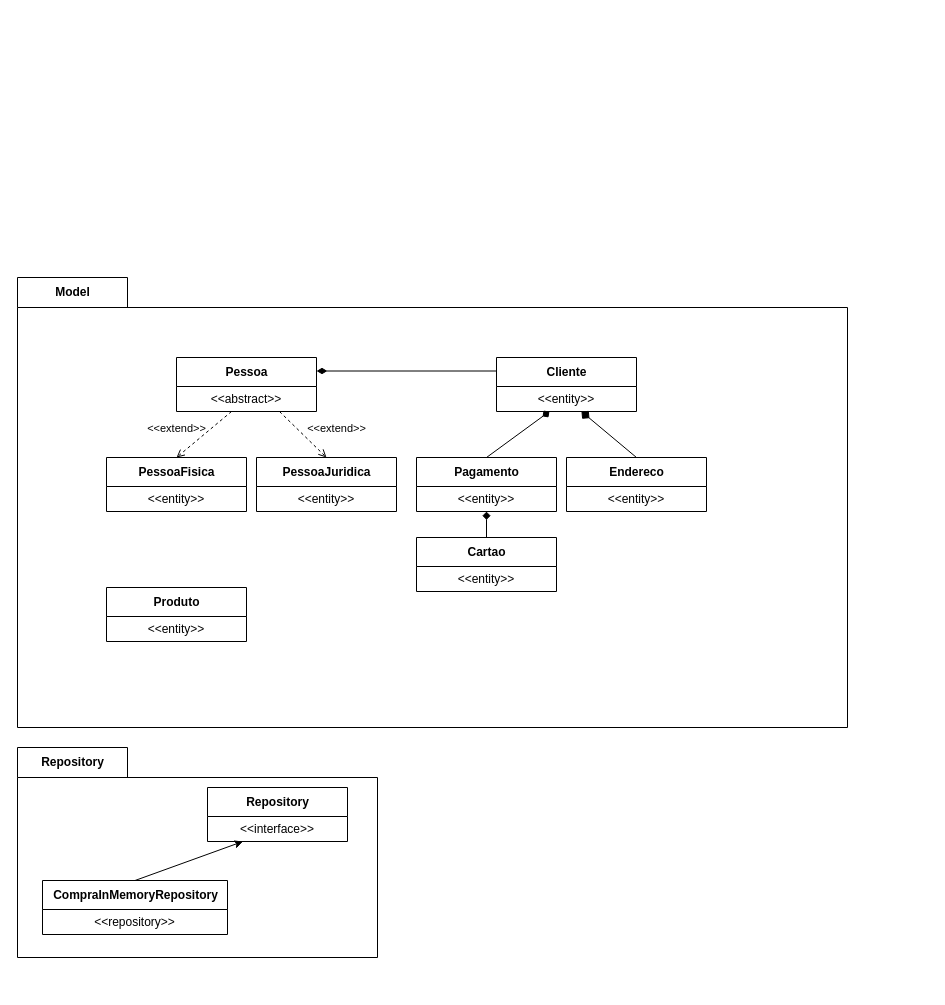
Before: docs/assets/UML-pacotes.drawio in ospgab/LC_ProjetoFinal2, a draw.io diagram. Source tidied: cells renumbered, new cells numbered last; positions are measured from the earlier drawing's top-left corner, leaving out a move shared by most shapes. Both pictures are drawn from the tidied source at 100%, with x=0, y=0 at pixel (17, 277).
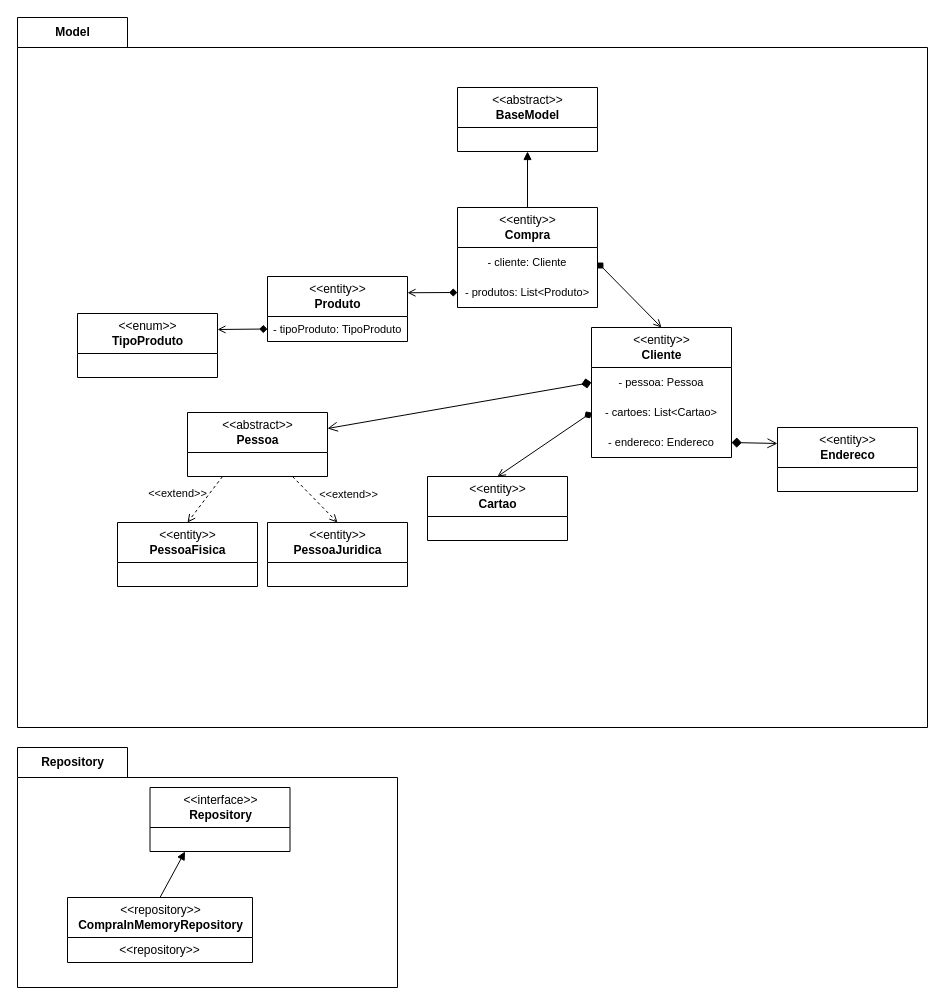
The same diagram, later.

Change to the diagram source:
```diff
@@
     <mxCell id="2" value="Repository" style="shape=folder;fontStyle=1;tabWidth=110;tabHeight=30;tabPosition=left;html=1;boundedLbl=1;labelInHeader=1;" parent="1" vertex="1">
-      <mxGeometry y="470" width="360" height="210" as="geometry" />
+      <mxGeometry y="470" width="380" height="240" as="geometry" />
     </mxCell>
-    <mxCell id="3" value="Repository" style="swimlane;fontStyle=1;align=center;verticalAlign=middle;horizontal=1;startSize=29;html=1;" parent="2" vertex="1">
-      <mxGeometry x="190" y="40" width="140" height="54" as="geometry" />
+    <mxCell id="3" value="&lt;span style=&quot;font-weight: 400&quot;&gt;&amp;lt;&amp;lt;interface&amp;gt;&amp;gt;&lt;/span&gt;&lt;br&gt;Repository" style="swimlane;fontStyle=1;align=center;verticalAlign=middle;horizontal=1;startSize=40;html=1;" parent="2" vertex="1">
+      <mxGeometry x="132.5" y="40" width="140" height="64" as="geometry" />
     </mxCell>
-    <mxCell id="4" value="&amp;lt;&amp;lt;interface&amp;gt;&amp;gt;" style="text;html=1;strokeColor=none;fillColor=none;align=center;verticalAlign=middle;spacingLeft=4;spacingRight=4;overflow=hidden;points=[[0,0.5],[1,0.5]];portConstraint=eastwest;" parent="3" vertex="1">
-      <mxGeometry y="29" width="140" height="25" as="geometry" />
-    </mxCell>
-    <mxCell id="5" style="edgeStyle=none;rounded=0;jettySize=auto;html=1;exitX=0.5;exitY=0;exitDx=0;exitDy=0;" parent="2" edge="1" source="6" target="4">
+    <mxCell id="5" style="edgeStyle=none;rounded=0;jettySize=auto;html=1;exitX=0.5;exitY=0;exitDx=0;exitDy=0;entryX=0.25;entryY=1;entryDx=0;entryDy=0;endArrow=block;endFill=1;" parent="2" edge="1" source="6" target="3">
       <mxGeometry relative="1" as="geometry" />
     </mxCell>
-    <mxCell id="6" value="CompraInMemoryRepository" style="swimlane;fontStyle=1;align=center;verticalAlign=middle;horizontal=1;startSize=29;html=1;" parent="2" vertex="1">
-      <mxGeometry x="25" y="133" width="185" height="54" as="geometry" />
+    <mxCell id="6" value="&lt;span style=&quot;font-weight: 400&quot;&gt;&amp;lt;&amp;lt;repository&amp;gt;&amp;gt;&lt;/span&gt;&lt;br&gt;CompraInMemoryRepository" style="swimlane;fontStyle=1;align=center;verticalAlign=middle;horizontal=1;startSize=40;html=1;" parent="2" vertex="1">
+      <mxGeometry x="50" y="150" width="185" height="65" as="geometry" />
     </mxCell>
     <mxCell id="7" value="&amp;lt;&amp;lt;repository&amp;gt;&amp;gt;" style="text;html=1;strokeColor=none;fillColor=none;align=center;verticalAlign=middle;spacingLeft=4;spacingRight=4;overflow=hidden;" parent="6" vertex="1">
-      <mxGeometry y="29" width="185" height="25" as="geometry" />
+      <mxGeometry y="40" width="185" height="25" as="geometry" />
     </mxCell>
@@
     <mxCell id="9" value="Model" style="shape=folder;fontStyle=1;tabWidth=110;tabHeight=30;tabPosition=left;html=1;boundedLbl=1;labelInHeader=1;" parent="1" vertex="1">
-      <mxGeometry width="830" height="450" as="geometry" />
+      <mxGeometry y="-260" width="910" height="710" as="geometry" />
     </mxCell>
-    <mxCell id="10" value="Pessoa" style="swimlane;fontStyle=1;align=center;verticalAlign=middle;horizontal=1;startSize=29;html=1;" parent="9" vertex="1">
-      <mxGeometry x="159" y="80" width="140" height="54" as="geometry" />
+    <mxCell id="10" value="&lt;span style=&quot;font-weight: 400&quot;&gt;&amp;lt;&amp;lt;abstract&amp;gt;&amp;gt;&lt;/span&gt;&lt;br&gt;Pessoa" style="swimlane;fontStyle=1;align=center;verticalAlign=middle;horizontal=1;startSize=40;html=1;" parent="9" vertex="1">
+      <mxGeometry x="170" y="395" width="140" height="64" as="geometry" />
     </mxCell>
-    <mxCell id="11" value="&amp;lt;&amp;lt;abstract&amp;gt;&amp;gt;" style="text;html=1;strokeColor=none;fillColor=none;align=center;verticalAlign=middle;spacingLeft=4;spacingRight=4;overflow=hidden;points=[[0,0.5],[1,0.5]];portConstraint=eastwest;" parent="10" vertex="1">
-      <mxGeometry y="29" width="140" height="25" as="geometry" />
-    </mxCell>
-    <mxCell id="12" value="PessoaFisica" style="swimlane;fontStyle=1;align=center;verticalAlign=middle;horizontal=1;startSize=29;html=1;" parent="9" vertex="1">
-      <mxGeometry x="89" y="180" width="140" height="54" as="geometry" />
+    <mxCell id="12" value="&lt;span style=&quot;font-weight: 400&quot;&gt;&amp;lt;&amp;lt;entity&amp;gt;&amp;gt;&lt;/span&gt;&lt;br&gt;PessoaFisica" style="swimlane;fontStyle=1;align=center;verticalAlign=middle;horizontal=1;startSize=40;html=1;" parent="9" vertex="1">
+      <mxGeometry x="100" y="505" width="140" height="64" as="geometry" />
     </mxCell>
-    <mxCell id="13" value="&amp;lt;&amp;lt;entity&amp;gt;&amp;gt;" style="text;html=1;strokeColor=none;fillColor=none;align=center;verticalAlign=middle;spacingLeft=4;spacingRight=4;overflow=hidden;" parent="12" vertex="1">
-      <mxGeometry y="29" width="140" height="25" as="geometry" />
-    </mxCell>
-    <mxCell id="14" value="PessoaJuridica" style="swimlane;fontStyle=1;align=center;verticalAlign=middle;horizontal=1;startSize=29;html=1;" parent="9" vertex="1">
-      <mxGeometry x="239" y="180" width="140" height="54" as="geometry" />
+    <mxCell id="14" value="&lt;span style=&quot;font-weight: 400&quot;&gt;&amp;lt;&amp;lt;entity&amp;gt;&amp;gt;&lt;/span&gt;&lt;br&gt;PessoaJuridica" style="swimlane;fontStyle=1;align=center;verticalAlign=middle;horizontal=1;startSize=40;html=1;" parent="9" vertex="1">
+      <mxGeometry x="250" y="505" width="140" height="64" as="geometry" />
     </mxCell>
-    <mxCell id="15" value="&amp;lt;&amp;lt;entity&amp;gt;&amp;gt;" style="text;html=1;strokeColor=none;fillColor=none;align=center;verticalAlign=middle;spacingLeft=4;spacingRight=4;overflow=hidden;" parent="14" vertex="1">
-      <mxGeometry y="29" width="140" height="25" as="geometry" />
-    </mxCell>
-    <mxCell id="16" style="edgeStyle=none;rounded=0;jettySize=auto;html=1;startArrow=none;startFill=0;endArrow=diamond;endFill=1;" parent="9" edge="1" source="17" target="21">
-      <mxGeometry relative="1" as="geometry" />
-    </mxCell>
-    <mxCell id="17" value="Cartao" style="swimlane;fontStyle=1;align=center;verticalAlign=middle;horizontal=1;startSize=29;html=1;" parent="9" vertex="1">
-      <mxGeometry x="399" y="260" width="140" height="54" as="geometry" />
+    <mxCell id="17" value="&lt;span style=&quot;font-weight: 400&quot;&gt;&amp;lt;&amp;lt;entity&amp;gt;&amp;gt;&lt;/span&gt;&lt;br&gt;Cartao" style="swimlane;fontStyle=1;align=center;verticalAlign=middle;horizontal=1;startSize=40;html=1;" parent="9" vertex="1">
+      <mxGeometry x="410" y="459" width="140" height="64" as="geometry" />
     </mxCell>
-    <mxCell id="18" value="&amp;lt;&amp;lt;entity&amp;gt;&amp;gt;" style="text;html=1;strokeColor=none;fillColor=none;align=center;verticalAlign=middle;spacingLeft=4;spacingRight=4;overflow=hidden;" parent="17" vertex="1">
-      <mxGeometry y="29" width="140" height="25" as="geometry" />
-    </mxCell>
-    <mxCell id="19" style="rounded=0;jettySize=auto;html=1;exitX=0.5;exitY=0;exitDx=0;exitDy=0;endArrow=diamond;endFill=1;" parent="9" edge="1" source="20" target="25">
+    <mxCell id="19" style="rounded=0;jettySize=auto;html=1;exitX=0.5;exitY=0;exitDx=0;exitDy=0;endArrow=diamond;endFill=1;entryX=0;entryY=0.5;entryDx=0;entryDy=0;startArrow=open;startFill=0;" parent="9" edge="1" source="17" target="34">
       <mxGeometry relative="1" as="geometry" />
     </mxCell>
-    <mxCell id="20" value="Pagamento" style="swimlane;fontStyle=1;align=center;verticalAlign=middle;horizontal=1;startSize=29;html=1;" parent="9" vertex="1">
-      <mxGeometry x="399" y="180" width="140" height="54" as="geometry" />
-    </mxCell>
-    <mxCell id="21" value="&amp;lt;&amp;lt;entity&amp;gt;&amp;gt;" style="text;html=1;strokeColor=none;fillColor=none;align=center;verticalAlign=middle;spacingLeft=4;spacingRight=4;overflow=hidden;points=[[0,0.5],[1,0.5]];portConstraint=eastwest;" parent="20" vertex="1">
-      <mxGeometry y="29" width="140" height="25" as="geometry" />
-    </mxCell>
-    <mxCell id="22" value="Endereco" style="swimlane;fontStyle=1;align=center;verticalAlign=middle;horizontal=1;startSize=29;html=1;" parent="9" vertex="1">
-      <mxGeometry x="549" y="180" width="140" height="54" as="geometry" />
+    <mxCell id="22" value="&lt;span style=&quot;font-weight: 400&quot;&gt;&amp;lt;&amp;lt;entity&amp;gt;&amp;gt;&lt;/span&gt;&lt;br&gt;Endereco" style="swimlane;fontStyle=1;align=center;verticalAlign=middle;horizontal=1;startSize=40;html=1;" parent="9" vertex="1">
+      <mxGeometry x="760" y="410" width="140" height="64" as="geometry" />
     </mxCell>
-    <mxCell id="23" value="&amp;lt;&amp;lt;entity&amp;gt;&amp;gt;" style="text;html=1;strokeColor=none;fillColor=none;align=center;verticalAlign=middle;spacingLeft=4;spacingRight=4;overflow=hidden;" parent="22" vertex="1">
-      <mxGeometry y="29" width="140" height="25" as="geometry" />
-    </mxCell>
+    <mxCell id="32" style="edgeStyle=none;rounded=0;sketch=0;jettySize=auto;html=1;exitX=0.5;exitY=0;exitDx=0;exitDy=0;shadow=0;startArrow=open;startFill=0;endArrow=diamond;endFill=1;entryX=1;entryY=0.5;entryDx=0;entryDy=0;" parent="9" edge="1" source="24" target="43">
+      <mxGeometry relative="1" as="geometry" />
+    </mxCell>
-    <mxCell id="24" value="Cliente" style="swimlane;fontStyle=1;align=center;verticalAlign=middle;horizontal=1;startSize=29;html=1;" parent="9" vertex="1">
-      <mxGeometry x="479" y="80" width="140" height="54" as="geometry" />
+    <mxCell id="24" value="&lt;span style=&quot;font-weight: 400&quot;&gt;&amp;lt;&amp;lt;entity&amp;gt;&amp;gt;&lt;/span&gt;&lt;br&gt;Cliente" style="swimlane;fontStyle=1;align=center;verticalAlign=middle;horizontal=1;startSize=40;html=1;" parent="9" vertex="1">
+      <mxGeometry x="574" y="310" width="140" height="130" as="geometry" />
     </mxCell>
-    <mxCell id="25" value="&amp;lt;&amp;lt;entity&amp;gt;&amp;gt;" style="text;html=1;strokeColor=none;fillColor=none;align=center;verticalAlign=middle;spacingLeft=4;spacingRight=4;overflow=hidden;points=[[0,0.5],[1,0.5]];portConstraint=eastwest;" parent="24" vertex="1">
-      <mxGeometry y="29" width="140" height="25" as="geometry" />
-    </mxCell>
+    <mxCell id="33" value="- pessoa: Pessoa" style="text;html=1;strokeColor=none;fillColor=none;align=center;verticalAlign=middle;whiteSpace=wrap;rounded=0;fontSize=11;" parent="24" vertex="1">
+      <mxGeometry y="40" width="140" height="30" as="geometry" />
+    </mxCell>
+    <mxCell id="34" value="- cartoes: List&amp;lt;Cartao&amp;gt;" style="text;html=1;strokeColor=none;fillColor=none;align=center;verticalAlign=middle;whiteSpace=wrap;rounded=0;fontSize=11;" parent="24" vertex="1">
+      <mxGeometry y="70" width="140" height="30" as="geometry" />
+    </mxCell>
+    <mxCell id="35" value="- endereco: Endereco" style="text;html=1;strokeColor=none;fillColor=none;align=center;verticalAlign=middle;whiteSpace=wrap;rounded=0;fontSize=11;" parent="24" vertex="1">
+      <mxGeometry y="100" width="140" height="30" as="geometry" />
+    </mxCell>
-    <mxCell id="26" value="&amp;lt;&amp;lt;extend&amp;gt;&amp;gt;" style="html=1;verticalAlign=bottom;labelBackgroundColor=none;endArrow=open;endFill=0;dashed=1;rounded=0;entryX=0.5;entryY=0;entryDx=0;entryDy=0;" parent="9" edge="1" source="11" target="12">
-      <mxGeometry x="0.64" y="-15" relative="1" as="geometry" />
+    <mxCell id="26" value="&amp;lt;&amp;lt;extend&amp;gt;&amp;gt;" style="html=1;verticalAlign=bottom;labelBackgroundColor=none;endArrow=open;endFill=0;dashed=1;rounded=0;entryX=0.5;entryY=0;entryDx=0;entryDy=0;exitX=0.25;exitY=1;exitDx=0;exitDy=0;" parent="9" edge="1" source="10" target="12">
+      <mxGeometry x="0.66" y="-20" relative="1" as="geometry" />
     </mxCell>
-    <mxCell id="27" value="&amp;lt;&amp;lt;extend&amp;gt;&amp;gt;" style="html=1;verticalAlign=bottom;labelBackgroundColor=none;endArrow=open;endFill=0;dashed=1;rounded=0;exitX=0.736;exitY=1.003;exitDx=0;exitDy=0;exitPerimeter=0;entryX=0.5;entryY=0;entryDx=0;entryDy=0;" parent="9" edge="1" source="11" target="14">
+    <mxCell id="27" value="&amp;lt;&amp;lt;extend&amp;gt;&amp;gt;" style="html=1;verticalAlign=bottom;labelBackgroundColor=none;endArrow=open;endFill=0;dashed=1;rounded=0;exitX=0.75;exitY=1;exitDx=0;exitDy=0;entryX=0.5;entryY=0;entryDx=0;entryDy=0;" parent="9" edge="1" source="10" target="14">
       <mxGeometry x="0.79" y="21" relative="1" as="geometry" />
     </mxCell>
-    <mxCell id="28" style="endArrow=none;startArrow=diamondThin;endFill=0;startFill=1;html=1;verticalAlign=bottom;labelBackgroundColor=none;strokeWidth=1;startSize=8;endSize=8;rounded=0;entryX=0;entryY=0.25;entryDx=0;entryDy=0;exitX=1;exitY=0.25;exitDx=0;exitDy=0;" parent="9" edge="1" source="10" target="24">
+    <mxCell id="28" style="endArrow=diamond;startArrow=open;endFill=1;startFill=0;html=1;verticalAlign=bottom;labelBackgroundColor=none;strokeWidth=1;startSize=8;endSize=8;rounded=0;entryX=0;entryY=0.5;entryDx=0;entryDy=0;exitX=1;exitY=0.25;exitDx=0;exitDy=0;" parent="9" edge="1" source="10" target="33">
       <mxGeometry relative="1" as="geometry" />
     </mxCell>
-    <mxCell id="29" style="endArrow=diamond;startArrow=none;endFill=1;startFill=0;html=1;verticalAlign=bottom;labelBackgroundColor=none;strokeWidth=1;startSize=8;endSize=8;rounded=0;exitX=0.5;exitY=0;exitDx=0;exitDy=0;" parent="9" edge="1" source="22" target="25">
+    <mxCell id="29" style="endArrow=diamond;startArrow=open;endFill=1;startFill=0;html=1;verticalAlign=bottom;labelBackgroundColor=none;strokeWidth=1;startSize=8;endSize=8;rounded=0;exitX=0;exitY=0.25;exitDx=0;exitDy=0;entryX=1;entryY=0.5;entryDx=0;entryDy=0;" parent="9" edge="1" source="22" target="35">
       <mxGeometry relative="1" as="geometry" />
     </mxCell>
-    <mxCell id="30" value="Produto" style="swimlane;fontStyle=1;align=center;verticalAlign=middle;horizontal=1;startSize=29;html=1;" parent="9" vertex="1">
-      <mxGeometry x="89" y="310" width="140" height="54" as="geometry" />
+    <mxCell id="30" value="&lt;span style=&quot;font-weight: normal&quot;&gt;&amp;lt;&amp;lt;entity&amp;gt;&amp;gt;&lt;/span&gt;&lt;br&gt;Produto" style="swimlane;fontStyle=1;align=center;verticalAlign=middle;horizontal=1;startSize=40;html=1;" parent="9" vertex="1">
+      <mxGeometry x="250" y="259" width="140" height="65" as="geometry" />
     </mxCell>
-    <mxCell id="31" value="&amp;lt;&amp;lt;entity&amp;gt;&amp;gt;" style="text;html=1;strokeColor=none;fillColor=none;align=center;verticalAlign=middle;spacingLeft=4;spacingRight=4;overflow=hidden;" parent="30" vertex="1">
-      <mxGeometry y="29" width="140" height="25" as="geometry" />
-    </mxCell>
+    <mxCell id="36" value="&lt;font style=&quot;font-size: 11px&quot;&gt;- tipoProduto: TipoProduto&lt;/font&gt;" style="text;html=1;strokeColor=none;fillColor=none;align=left;verticalAlign=middle;spacingLeft=4;spacingRight=4;overflow=hidden;points=[[0,0.5],[1,0.5]];portConstraint=eastwest;" parent="30" vertex="1">
+      <mxGeometry y="40" width="140" height="25" as="geometry" />
+    </mxCell>
+    <mxCell id="37" style="rounded=0;jettySize=auto;html=1;entryX=0;entryY=0.5;entryDx=0;entryDy=0;exitX=1;exitY=0.25;exitDx=0;exitDy=0;endArrow=diamond;endFill=1;startArrow=open;startFill=0;" parent="9" edge="1" source="38" target="36">
+      <mxGeometry relative="1" as="geometry" />
+    </mxCell>
+    <mxCell id="38" value="&lt;span style=&quot;font-weight: normal&quot;&gt;&amp;lt;&amp;lt;enum&amp;gt;&amp;gt;&lt;/span&gt;&lt;br&gt;TipoProduto" style="swimlane;fontStyle=1;align=center;verticalAlign=middle;horizontal=1;startSize=40;html=1;" parent="9" vertex="1">
+      <mxGeometry x="60" y="296" width="140" height="64" as="geometry" />
+    </mxCell>
+    <mxCell id="39" style="edgeStyle=none;rounded=0;jettySize=auto;html=1;endArrow=none;endFill=0;startArrow=block;startFill=1;shadow=0;sketch=0;" parent="9" edge="1" source="40" target="42">
+      <mxGeometry relative="1" as="geometry" />
+    </mxCell>
+    <mxCell id="40" value="&lt;span style=&quot;font-weight: 400&quot;&gt;&amp;lt;&amp;lt;abstract&amp;gt;&amp;gt;&lt;/span&gt;&lt;br&gt;BaseModel" style="swimlane;fontStyle=1;align=center;verticalAlign=middle;horizontal=1;startSize=40;html=1;" parent="9" vertex="1">
+      <mxGeometry x="440" y="70" width="140" height="64" as="geometry" />
+    </mxCell>
+    <mxCell id="41" style="edgeStyle=none;rounded=0;sketch=0;jettySize=auto;html=1;exitX=0;exitY=0.5;exitDx=0;exitDy=0;shadow=0;startArrow=diamond;startFill=1;endArrow=open;endFill=0;entryX=1;entryY=0.25;entryDx=0;entryDy=0;" parent="9" edge="1" source="44" target="30">
+      <mxGeometry relative="1" as="geometry" />
+    </mxCell>
+    <mxCell id="42" value="&lt;span style=&quot;font-weight: 400&quot;&gt;&amp;lt;&amp;lt;entity&amp;gt;&amp;gt;&lt;/span&gt;&lt;br&gt;Compra" style="swimlane;fontStyle=1;align=center;verticalAlign=middle;horizontal=1;startSize=40;html=1;" parent="9" vertex="1">
+      <mxGeometry x="440" y="190" width="140" height="100" as="geometry" />
+    </mxCell>
+    <mxCell id="43" value="- cliente: Cliente" style="text;html=1;strokeColor=none;fillColor=none;align=center;verticalAlign=middle;whiteSpace=wrap;rounded=0;fontSize=11;" parent="42" vertex="1">
+      <mxGeometry y="40" width="140" height="30" as="geometry" />
+    </mxCell>
+    <mxCell id="44" value="- produtos: List&amp;lt;Produto&amp;gt;" style="text;html=1;strokeColor=none;fillColor=none;align=center;verticalAlign=middle;whiteSpace=wrap;rounded=0;fontSize=11;" parent="42" vertex="1">
+      <mxGeometry y="70" width="140" height="30" as="geometry" />
+    </mxCell>
```
